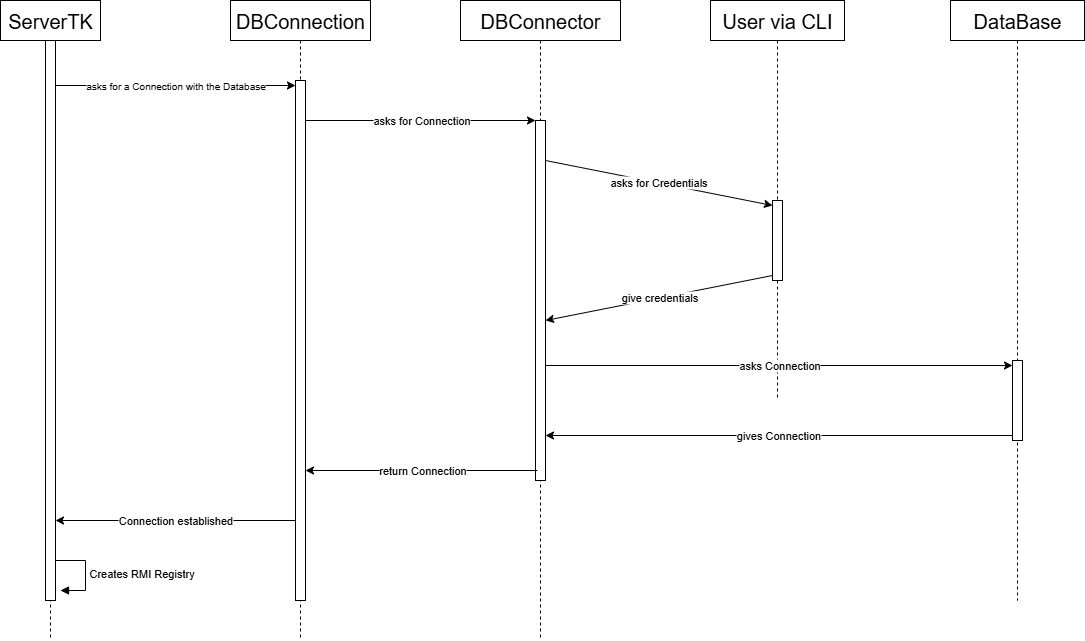
ozneroL541/TheKnife keeps this draw.io diagram as doc/man/images/UML-interaction-server.png. Above is the earlier version. Source tidied: cells renumbered, new cells last; positions are measured from the earlier drawing's top-left corner, leaving out a move shared by most shapes.
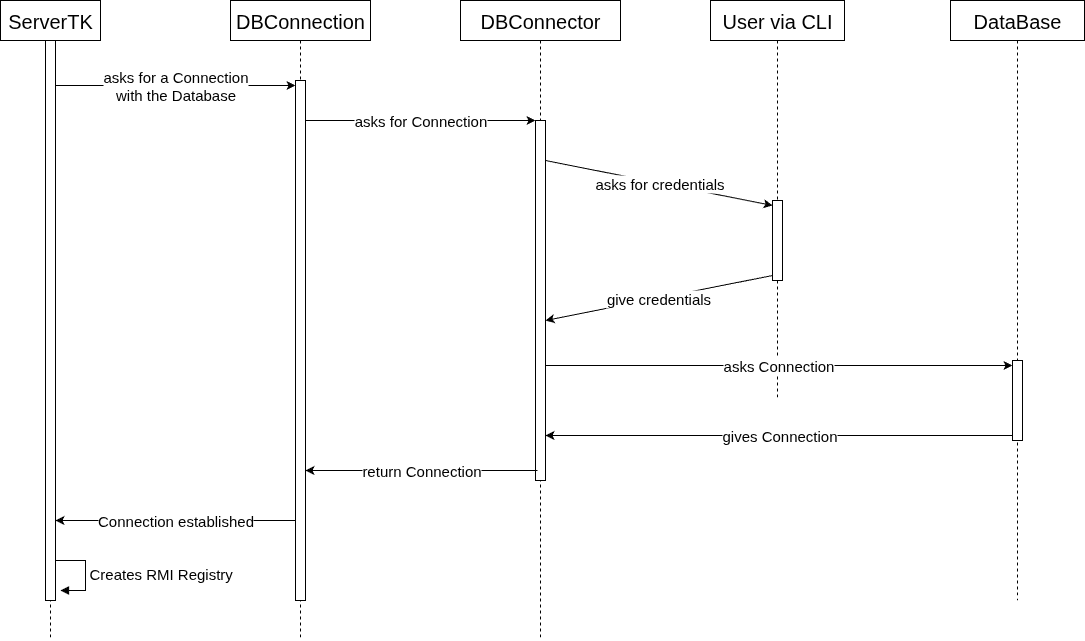
The same file after the commit.

Change to the diagram source:
```diff
@@ -8,7 +8,7 @@
     <mxCell id="3" style="html=1;points=[[0,0,0,0,5],[0,1,0,0,-5],[1,0,0,0,5],[1,1,0,0,-5]];perimeter=orthogonalPerimeter;outlineConnect=0;targetShapes=umlLifeline;portConstraint=eastwest;newEdgeStyle={&quot;curved&quot;:0,&quot;rounded&quot;:0};" parent="2" vertex="1">
       <mxGeometry x="45" y="40" width="10" height="560" as="geometry" />
     </mxCell>
-    <mxCell id="4" value="Creates RMI Registry" style="html=1;align=left;spacingLeft=2;endArrow=block;rounded=0;edgeStyle=orthogonalEdgeStyle;curved=0;rounded=0;" parent="2" edge="1">
+    <mxCell id="4" value="Creates RMI Registry" style="html=1;align=left;spacingLeft=2;endArrow=block;rounded=0;edgeStyle=orthogonalEdgeStyle;curved=0;rounded=0;fontSize=15;" parent="2" edge="1">
       <mxGeometry relative="1" as="geometry">
         <mxPoint x="55" y="560" as="sourcePoint" />
         <mxPoint x="60" y="590" as="targetPoint" />
@@ -29,7 +29,7 @@
     <mxCell id="8" style="html=1;points=[[0,0,0,0,5],[0,1,0,0,-5],[1,0,0,0,5],[1,1,0,0,-5]];perimeter=orthogonalPerimeter;outlineConnect=0;targetShapes=umlLifeline;portConstraint=eastwest;newEdgeStyle={&quot;curved&quot;:0,&quot;rounded&quot;:0};" parent="7" vertex="1">
       <mxGeometry x="65" y="80" width="10" height="520" as="geometry" />
     </mxCell>
-    <mxCell id="9" value="&lt;font size=&quot;1&quot;&gt;asks for a Connection with the Database&lt;/font&gt;" style="endArrow=classic;html=1;rounded=0;entryX=0;entryY=0;entryDx=0;entryDy=5;entryPerimeter=0;" parent="1" edge="1" source="3" target="8">
+    <mxCell id="9" value="&lt;font&gt;asks for a Connection&lt;/font&gt;&lt;div&gt;&lt;font&gt;with the Database&lt;/font&gt;&lt;/div&gt;" style="endArrow=classic;html=1;rounded=0;entryX=0;entryY=0;entryDx=0;entryDy=5;entryPerimeter=0;fontSize=15;" parent="1" edge="1" source="3" target="8">
       <mxGeometry relative="1" as="geometry" />
     </mxCell>
     <mxCell id="10" value="&lt;font style=&quot;font-size: 20px;&quot;&gt;DBConnector&lt;/font&gt;" style="shape=umlLifeline;perimeter=lifelinePerimeter;whiteSpace=wrap;html=1;newEdgeStyle={&quot;curved&quot;:0,&quot;rounded&quot;:0};" parent="1" vertex="1">
@@ -38,23 +38,18 @@
     <mxCell id="11" style="html=1;points=[[0,0,0,0,5],[0,1,0,0,-5],[1,0,0,0,5],[1,1,0,0,-5]];perimeter=orthogonalPerimeter;outlineConnect=0;targetShapes=umlLifeline;portConstraint=eastwest;newEdgeStyle={&quot;curved&quot;:0,&quot;rounded&quot;:0};" parent="10" vertex="1">
       <mxGeometry x="75" y="120" width="10" height="360" as="geometry" />
     </mxCell>
-    <mxCell id="12" value="asks for Connection" style="endArrow=classic;html=1;rounded=0;" parent="1" edge="1">
+    <mxCell id="12" value="asks for Connection" style="endArrow=classic;html=1;rounded=0;fontSize=15;" parent="1" edge="1">
       <mxGeometry relative="1" as="geometry">
         <mxPoint x="305.5" y="120" as="sourcePoint" />
         <mxPoint x="535" y="120" as="targetPoint" />
       </mxGeometry>
     </mxCell>
-    <mxCell id="13" value="asks for Credentials" style="endArrow=classic;html=1;rounded=0;curved=0;entryX=0;entryY=0;entryDx=0;entryDy=5;entryPerimeter=0;" parent="1" edge="1" target="6">
-      <mxGeometry relative="1" as="geometry">
-        <mxPoint x="545" y="160" as="sourcePoint" />
-      </mxGeometry>
-    </mxCell>
-    <mxCell id="14" value="give credentials" style="endArrow=classic;html=1;rounded=0;curved=0;exitX=0;exitY=1;exitDx=0;exitDy=-5;exitPerimeter=0;" parent="1" edge="1" source="6">
+    <mxCell id="14" value="give credentials" style="endArrow=classic;html=1;rounded=0;curved=0;exitX=0;exitY=1;exitDx=0;exitDy=-5;exitPerimeter=0;fontSize=15;" parent="1" edge="1" source="6">
       <mxGeometry relative="1" as="geometry">
         <mxPoint x="545" y="320" as="targetPoint" />
       </mxGeometry>
     </mxCell>
-    <mxCell id="15" value="return Connection" style="endArrow=classic;html=1;rounded=0;curved=0;" parent="1" edge="1">
+    <mxCell id="15" value="return Connection" style="endArrow=classic;html=1;rounded=0;curved=0;fontSize=15;" parent="1" edge="1">
       <mxGeometry relative="1" as="geometry">
         <mxPoint x="537" y="470" as="sourcePoint" />
         <mxPoint x="305" y="470" as="targetPoint" />
@@ -66,16 +61,21 @@
     <mxCell id="17" style="html=1;points=[[0,0,0,0,5],[0,1,0,0,-5],[1,0,0,0,5],[1,1,0,0,-5]];perimeter=orthogonalPerimeter;outlineConnect=0;targetShapes=umlLifeline;portConstraint=eastwest;newEdgeStyle={&quot;curved&quot;:0,&quot;rounded&quot;:0};" parent="16" vertex="1">
       <mxGeometry x="62" y="360" width="10" height="80" as="geometry" />
     </mxCell>
-    <mxCell id="18" value="asks Connection" style="endArrow=classic;html=1;rounded=0;entryX=0;entryY=0;entryDx=0;entryDy=5;entryPerimeter=0;" parent="1" edge="1" source="11" target="17">
+    <mxCell id="18" value="asks Connection" style="endArrow=classic;html=1;rounded=0;entryX=0;entryY=0;entryDx=0;entryDy=5;entryPerimeter=0;fontSize=15;" parent="1" edge="1" source="11" target="17">
       <mxGeometry relative="1" as="geometry" />
     </mxCell>
-    <mxCell id="19" value="gives Connection" style="endArrow=classic;html=1;rounded=0;exitX=0;exitY=1;exitDx=0;exitDy=-5;exitPerimeter=0;" parent="1" edge="1" source="17" target="11">
+    <mxCell id="19" value="gives Connection" style="endArrow=classic;html=1;rounded=0;exitX=0;exitY=1;exitDx=0;exitDy=-5;exitPerimeter=0;fontSize=15;" parent="1" edge="1" source="17" target="11">
       <mxGeometry relative="1" as="geometry" />
     </mxCell>
-    <mxCell id="20" value="Connection established" style="endArrow=classic;html=1;rounded=0;" parent="1" edge="1" source="8">
+    <mxCell id="20" value="Connection established" style="endArrow=classic;html=1;rounded=0;fontSize=15;" parent="1" edge="1" source="8">
       <mxGeometry relative="1" as="geometry">
         <mxPoint x="55" y="520" as="targetPoint" />
       </mxGeometry>
     </mxCell>
+    <mxCell id="21" value="&lt;font style=&quot;font-size: 15px;&quot;&gt;asks for credentials&lt;/font&gt;" style="endArrow=classic;html=1;rounded=0;entryX=0;entryY=0;entryDx=0;entryDy=5;entryPerimeter=0;" parent="1" edge="1" target="6">
+      <mxGeometry relative="1" as="geometry">
+        <mxPoint x="545" y="160" as="sourcePoint" />
+      </mxGeometry>
+    </mxCell>
   </root>
 </mxGraphModel>
```
